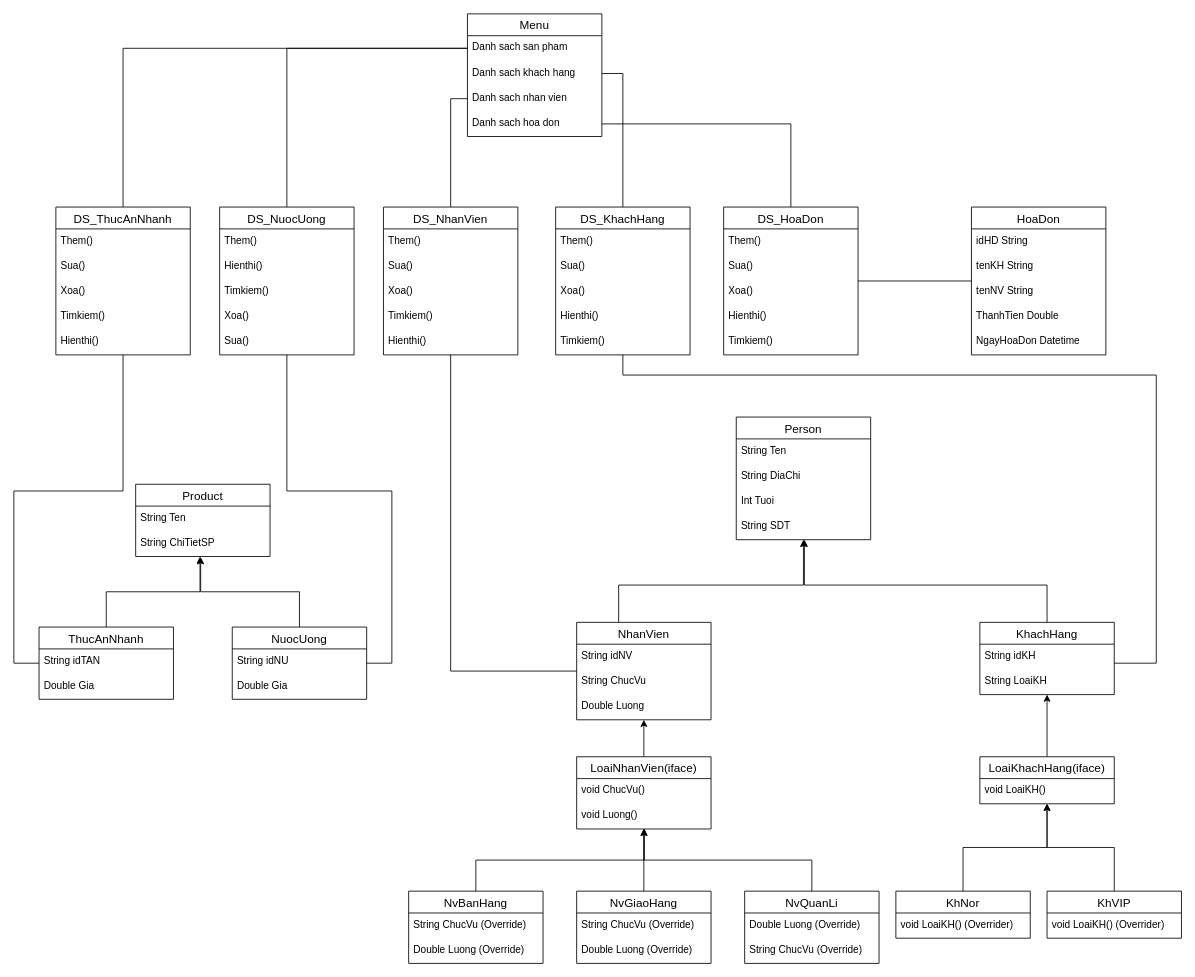
EdgarIgnite16/Fast-food-store-Manager-OOP keeps this draw.io diagram as UMLDiagram.drawio. Above is the earlier version. Source tidied: cells renumbered, new cells numbered last; positions are measured from the earlier drawing's top-left corner, leaving out a move shared by most shapes. Both pictures are drawn from the tidied source at 84%, with x=0, y=0 at pixel (13, 13).
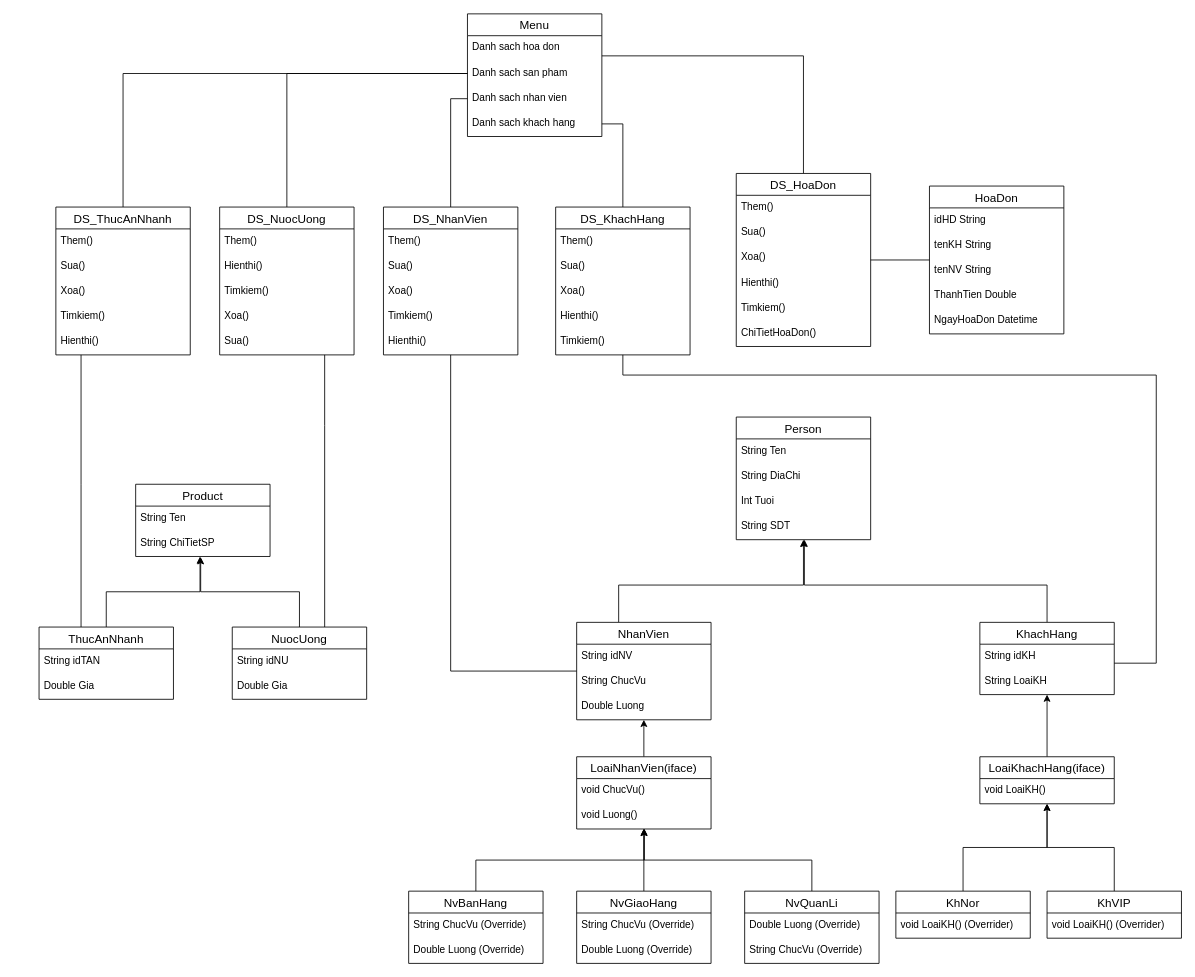
Above is the later version.

The change refers to these unchanged cells:
```xml
<mxCell id="14" value="ThucAnNhanh" style="swimlane;fontStyle=0;horizontal=1;startSize=26;align=center;fontSize=14;" parent="1" vertex="1">
  <mxGeometry x="30" y="730" width="160" height="86" as="geometry" />
</mxCell>
<mxCell id="19" value="NuocUong" style="swimlane;fontStyle=0;horizontal=1;startSize=26;align=center;fontSize=14;" parent="1" vertex="1">
  <mxGeometry x="260" y="730" width="160" height="86" as="geometry" />
</mxCell>
<mxCell id="43" value="DS_ThucAnNhanh" style="swimlane;fontStyle=0;horizontal=1;startSize=26;align=center;fontSize=14;" parent="1" vertex="1">
  <mxGeometry x="50" y="230" width="160" height="176" as="geometry" />
</mxCell>
<mxCell id="50" value="DS_NuocUong" style="swimlane;fontStyle=0;horizontal=1;startSize=26;align=center;fontSize=14;" parent="1" vertex="1">
  <mxGeometry x="245" y="230" width="160" height="176" as="geometry" />
</mxCell>
<mxCell id="78" value="Menu" style="swimlane;fontStyle=0;horizontal=1;startSize=26;align=center;fontSize=14;" parent="1" vertex="1">
  <mxGeometry x="540" width="160" height="146" as="geometry" />
</mxCell>
```

What changed in the source:
```diff
@@
     <mxCell id="6" value="HoaDon" style="swimlane;fontStyle=0;horizontal=1;startSize=26;align=center;fontSize=14;" parent="1" vertex="1">
-      <mxGeometry x="1140" y="230" width="160" height="176" as="geometry" />
+      <mxGeometry x="1090" y="205" width="160" height="176" as="geometry" />
     </mxCell>
@@
     <mxCell id="13" style="edgeStyle=orthogonalEdgeStyle;rounded=0;jettySize=auto;html=1;endArrow=none;endFill=0;" parent="1" edge="1" source="14" target="43">
       <mxGeometry relative="1" as="geometry">
         <Array as="points">
-          <mxPoint y="773" />
-          <mxPoint y="568" />
-          <mxPoint x="130" y="568" />
+          <mxPoint x="80" y="560" />
+          <mxPoint x="80" y="560" />
         </Array>
       </mxGeometry>
     </mxCell>
@@
     <mxCell id="18" style="edgeStyle=orthogonalEdgeStyle;rounded=0;jettySize=auto;html=1;endArrow=none;endFill=0;" parent="1" edge="1" source="19" target="50">
       <mxGeometry relative="1" as="geometry">
         <Array as="points">
-          <mxPoint x="450" y="773" />
-          <mxPoint x="450" y="568" />
-          <mxPoint x="325" y="568" />
+          <mxPoint x="370" y="490" />
+          <mxPoint x="370" y="490" />
         </Array>
       </mxGeometry>
     </mxCell>
@@
+    <mxCell id="82" value="Danh sach hoa don" style="text;strokeColor=none;fillColor=none;spacingLeft=4;spacingRight=4;overflow=hidden;points=[[0,0.5],[1,0.5]];portConstraint=eastwest;fontSize=12;" parent="78" vertex="1">
+      <mxGeometry y="26" width="160" height="30" as="geometry" />
+    </mxCell>
     <mxCell id="79" value="Danh sach san pham" style="text;strokeColor=none;fillColor=none;spacingLeft=4;spacingRight=4;overflow=hidden;points=[[0,0.5],[1,0.5]];portConstraint=eastwest;fontSize=12;" parent="78" vertex="1">
-      <mxGeometry y="26" width="160" height="30" as="geometry" />
+      <mxGeometry y="56" width="160" height="30" as="geometry" />
     </mxCell>
+    <mxCell id="81" value="Danh sach nhan vien" style="text;strokeColor=none;fillColor=none;spacingLeft=4;spacingRight=4;overflow=hidden;points=[[0,0.5],[1,0.5]];portConstraint=eastwest;fontSize=12;" parent="78" vertex="1">
+      <mxGeometry y="86" width="160" height="30" as="geometry" />
+    </mxCell>
     <mxCell id="80" value="Danh sach khach hang" style="text;strokeColor=none;fillColor=none;spacingLeft=4;spacingRight=4;overflow=hidden;points=[[0,0.5],[1,0.5]];portConstraint=eastwest;fontSize=12;" parent="78" vertex="1">
-      <mxGeometry y="56" width="160" height="30" as="geometry" />
+      <mxGeometry y="116" width="160" height="30" as="geometry" />
     </mxCell>
-    <mxCell id="81" value="Danh sach nhan vien" style="text;strokeColor=none;fillColor=none;spacingLeft=4;spacingRight=4;overflow=hidden;points=[[0,0.5],[1,0.5]];portConstraint=eastwest;fontSize=12;" parent="78" vertex="1">
-      <mxGeometry y="86" width="160" height="30" as="geometry" />
-    </mxCell>
-    <mxCell id="82" value="Danh sach hoa don" style="text;strokeColor=none;fillColor=none;spacingLeft=4;spacingRight=4;overflow=hidden;points=[[0,0.5],[1,0.5]];portConstraint=eastwest;fontSize=12;" parent="78" vertex="1">
-      <mxGeometry y="116" width="160" height="30" as="geometry" />
-    </mxCell>
@@
     <mxCell id="87" style="edgeStyle=orthogonalEdgeStyle;rounded=0;jettySize=auto;html=1;endArrow=none;endFill=0;" parent="1" edge="1" source="88" target="82">
       <mxGeometry relative="1" as="geometry">
         <Array as="points">
-          <mxPoint x="925" y="131" />
+          <mxPoint x="940" y="50" />
         </Array>
       </mxGeometry>
     </mxCell>
     <mxCell id="88" value="DS_HoaDon" style="swimlane;fontStyle=0;horizontal=1;startSize=26;align=center;fontSize=14;" parent="1" vertex="1">
-      <mxGeometry x="845" y="230" width="160" height="176" as="geometry" />
+      <mxGeometry x="860" y="190" width="160" height="206" as="geometry" />
     </mxCell>
@@
+    <mxCell id="103" value="ChiTietHoaDon()" style="text;strokeColor=none;fillColor=none;spacingLeft=4;spacingRight=4;overflow=hidden;fontSize=12;" parent="88" vertex="1">
+      <mxGeometry y="176" width="160" height="30" as="geometry" />
+    </mxCell>
```
